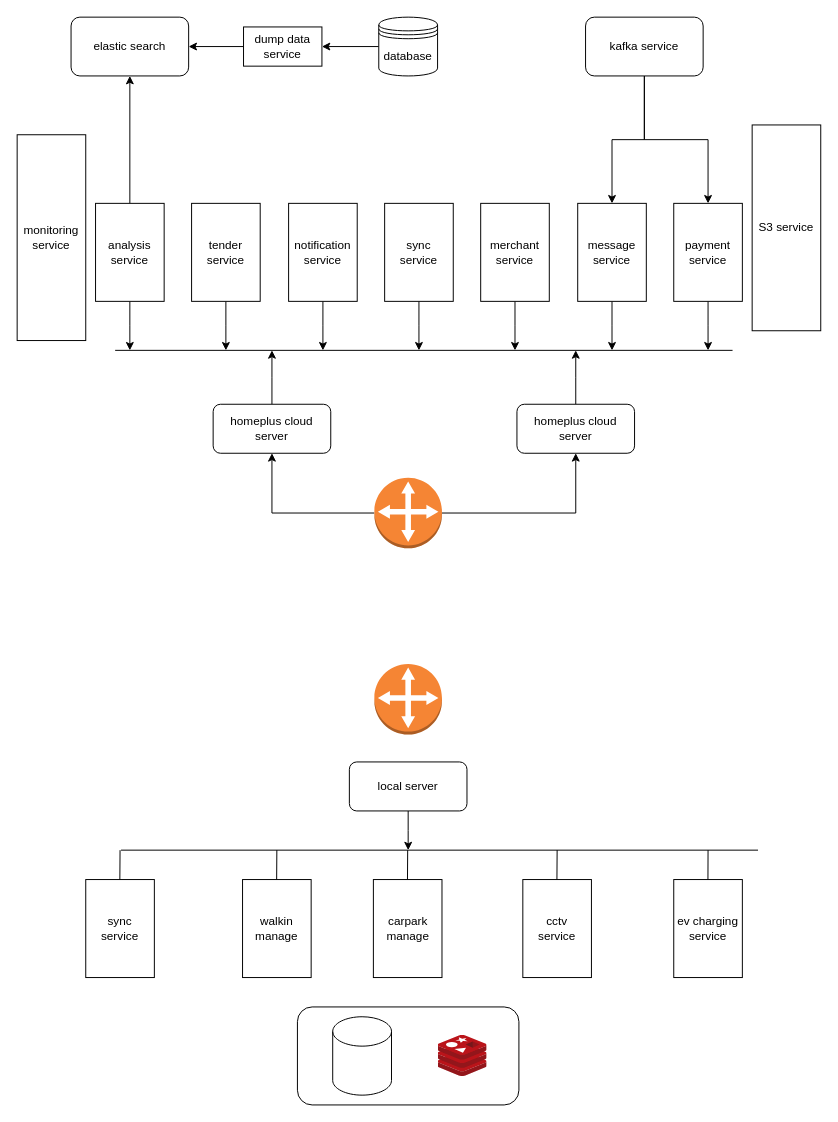
The draw.io diagram homeplus_component.drawio in frankyzf/drawio, before the edit. Source tidied: cells renumbered, new cells numbered last; positions are measured from the earlier drawing's top-left corner, leaving out a move shared by most shapes. Both pictures are drawn from the tidied source at 98%, with x=0, y=0 at pixel (17, 17).
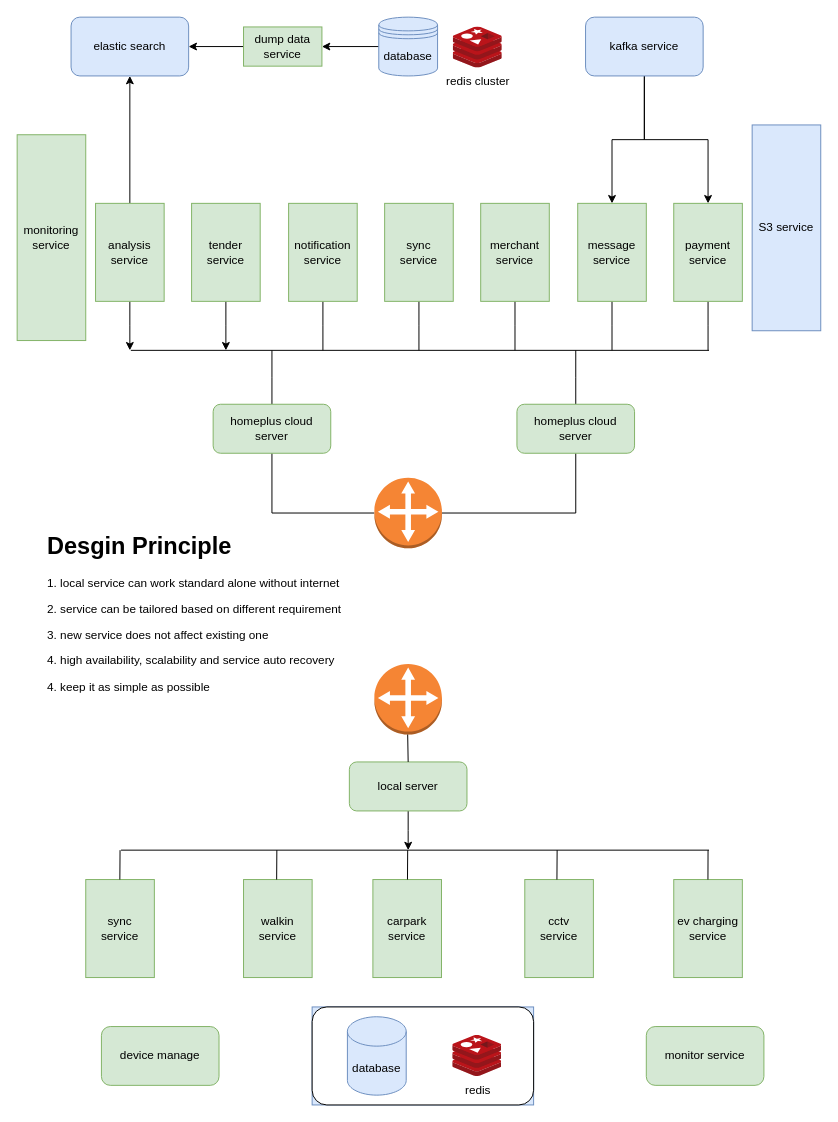
The same diagram, later.

Unchanged cells that the change refers to:
```xml
<mxCell id="4" style="outlineConnect=0;dashed=0;verticalLabelPosition=bottom;verticalAlign=top;align=center;html=1;shape=mxgraph.aws3.customer_gateway;fillColor=#F58534;gradientColor=none;" parent="1" vertex="1">
  <mxGeometry x="364.5" y="470" width="69" height="72" as="geometry" />
</mxCell>
```

Diff of the diagram source:
```diff
@@
-    <mxCell id="2" style="edgeStyle=orthogonalEdgeStyle;rounded=0;jettySize=auto;html=1;entryX=0.5;entryY=1;entryDx=0;entryDy=0;" parent="1" edge="1" source="4" target="8">
+    <mxCell id="2" style="edgeStyle=orthogonalEdgeStyle;rounded=0;jettySize=auto;html=1;entryX=0.5;entryY=1;entryDx=0;entryDy=0;endArrow=none;endFill=0;" parent="1" edge="1" source="4" target="8">
       <mxGeometry relative="1" as="geometry" />
     </mxCell>
-    <mxCell id="3" style="edgeStyle=orthogonalEdgeStyle;rounded=0;jettySize=auto;html=1;entryX=0.5;entryY=1;entryDx=0;entryDy=0;" parent="1" edge="1" source="4" target="10">
+    <mxCell id="3" style="edgeStyle=orthogonalEdgeStyle;rounded=0;jettySize=auto;html=1;entryX=0.5;entryY=1;entryDx=0;entryDy=0;endArrow=none;endFill=0;" parent="1" edge="1" source="4" target="10">
       <mxGeometry relative="1" as="geometry" />
     </mxCell>
@@
-    <mxCell id="6" value="database" style="shape=datastore;whiteSpace=wrap;html=1;" parent="1" vertex="1">
+    <mxCell id="6" value="database" style="shape=datastore;whiteSpace=wrap;html=1;fillColor=#dae8fc;strokeColor=#6c8ebf;" parent="1" vertex="1">
       <mxGeometry x="369" width="60" height="60" as="geometry" />
     </mxCell>
-    <mxCell id="7" style="edgeStyle=orthogonalEdgeStyle;rounded=0;jettySize=auto;html=1;" parent="1" edge="1" source="8">
+    <mxCell id="7" style="edgeStyle=orthogonalEdgeStyle;rounded=0;jettySize=auto;html=1;endArrow=none;endFill=0;" parent="1" edge="1" source="8">
       <mxGeometry relative="1" as="geometry">
         <mxPoint x="260" y="340" as="targetPoint" />
       </mxGeometry>
     </mxCell>
-    <mxCell id="8" value="homeplus cloud server" style="rounded=1;whiteSpace=wrap;html=1;" parent="1" vertex="1">
+    <mxCell id="8" value="homeplus cloud server" style="rounded=1;whiteSpace=wrap;html=1;fillColor=#d5e8d4;strokeColor=#82b366;" parent="1" vertex="1">
       <mxGeometry x="200" y="395" width="120" height="50" as="geometry" />
     </mxCell>
-    <mxCell id="9" style="edgeStyle=orthogonalEdgeStyle;rounded=0;jettySize=auto;html=1;" parent="1" edge="1" source="10">
+    <mxCell id="9" style="edgeStyle=orthogonalEdgeStyle;rounded=0;jettySize=auto;html=1;endArrow=none;endFill=0;" parent="1" edge="1" source="10">
       <mxGeometry relative="1" as="geometry">
         <mxPoint x="570" y="340" as="targetPoint" />
       </mxGeometry>
     </mxCell>
-    <mxCell id="10" value="homeplus cloud server" style="rounded=1;whiteSpace=wrap;html=1;" parent="1" vertex="1">
+    <mxCell id="10" value="homeplus cloud server" style="rounded=1;whiteSpace=wrap;html=1;fillColor=#d5e8d4;strokeColor=#82b366;" parent="1" vertex="1">
       <mxGeometry x="510" y="395" width="120" height="50" as="geometry" />
     </mxCell>
@@
-    <mxCell id="13" value="analysis&lt;br&gt;service" style="rounded=0;whiteSpace=wrap;html=1;" parent="1" vertex="1">
+    <mxCell id="13" value="analysis&lt;br&gt;service" style="rounded=0;whiteSpace=wrap;html=1;fillColor=#d5e8d4;strokeColor=#82b366;" parent="1" vertex="1">
       <mxGeometry x="80" y="190" width="70" height="100" as="geometry" />
     </mxCell>
@@
-    <mxCell id="15" value="tender&lt;br&gt;service" style="rounded=0;whiteSpace=wrap;html=1;" parent="1" vertex="1">
+    <mxCell id="15" value="tender&lt;br&gt;service" style="rounded=0;whiteSpace=wrap;html=1;fillColor=#d5e8d4;strokeColor=#82b366;" parent="1" vertex="1">
       <mxGeometry x="178" y="190" width="70" height="100" as="geometry" />
     </mxCell>
-    <mxCell id="16" style="edgeStyle=orthogonalEdgeStyle;rounded=0;jettySize=auto;html=1;" parent="1" edge="1" source="17">
+    <mxCell id="16" style="edgeStyle=orthogonalEdgeStyle;rounded=0;jettySize=auto;html=1;endArrow=none;endFill=0;" parent="1" edge="1" source="17">
       <mxGeometry relative="1" as="geometry">
         <mxPoint x="410" y="340" as="targetPoint" />
       </mxGeometry>
     </mxCell>
-    <mxCell id="17" value="sync &lt;br&gt;service" style="rounded=0;whiteSpace=wrap;html=1;" parent="1" vertex="1">
+    <mxCell id="17" value="sync &lt;br&gt;service" style="rounded=0;whiteSpace=wrap;html=1;fillColor=#d5e8d4;strokeColor=#82b366;" parent="1" vertex="1">
       <mxGeometry x="375" y="190" width="70" height="100" as="geometry" />
     </mxCell>
-    <mxCell id="18" style="edgeStyle=orthogonalEdgeStyle;rounded=0;jettySize=auto;html=1;exitX=0.5;exitY=1;exitDx=0;exitDy=0;" parent="1" edge="1" source="19">
+    <mxCell id="18" style="edgeStyle=orthogonalEdgeStyle;rounded=0;jettySize=auto;html=1;exitX=0.5;exitY=1;exitDx=0;exitDy=0;endArrow=none;endFill=0;" parent="1" edge="1" source="19">
       <mxGeometry relative="1" as="geometry">
         <mxPoint x="508" y="340" as="targetPoint" />
       </mxGeometry>
     </mxCell>
-    <mxCell id="19" value="merchant&lt;br&gt;service" style="rounded=0;whiteSpace=wrap;html=1;" parent="1" vertex="1">
+    <mxCell id="19" value="merchant&lt;br&gt;service" style="rounded=0;whiteSpace=wrap;html=1;fillColor=#d5e8d4;strokeColor=#82b366;" parent="1" vertex="1">
       <mxGeometry x="473" y="190" width="70" height="100" as="geometry" />
     </mxCell>
-    <mxCell id="20" style="edgeStyle=orthogonalEdgeStyle;rounded=0;jettySize=auto;html=1;exitX=0.5;exitY=1;exitDx=0;exitDy=0;" parent="1" edge="1" source="21">
+    <mxCell id="20" style="edgeStyle=orthogonalEdgeStyle;rounded=0;jettySize=auto;html=1;exitX=0.5;exitY=1;exitDx=0;exitDy=0;endArrow=none;endFill=0;" parent="1" edge="1" source="21">
       <mxGeometry relative="1" as="geometry">
         <mxPoint x="607" y="340" as="targetPoint" />
       </mxGeometry>
     </mxCell>
-    <mxCell id="21" value="message&lt;br&gt;service" style="rounded=0;whiteSpace=wrap;html=1;" parent="1" vertex="1">
+    <mxCell id="21" value="message&lt;br&gt;service" style="rounded=0;whiteSpace=wrap;html=1;fillColor=#d5e8d4;strokeColor=#82b366;" parent="1" vertex="1">
       <mxGeometry x="572" y="190" width="70" height="100" as="geometry" />
     </mxCell>
-    <mxCell id="22" style="edgeStyle=orthogonalEdgeStyle;rounded=0;jettySize=auto;html=1;exitX=0.5;exitY=1;exitDx=0;exitDy=0;" parent="1" edge="1" source="23">
+    <mxCell id="22" style="edgeStyle=orthogonalEdgeStyle;rounded=0;jettySize=auto;html=1;exitX=0.5;exitY=1;exitDx=0;exitDy=0;endArrow=none;endFill=0;" parent="1" edge="1" source="23">
       <mxGeometry relative="1" as="geometry">
         <mxPoint x="705" y="340" as="targetPoint" />
       </mxGeometry>
     </mxCell>
-    <mxCell id="23" value="payment&lt;br&gt;service" style="rounded=0;whiteSpace=wrap;html=1;" parent="1" vertex="1">
+    <mxCell id="23" value="payment&lt;br&gt;service" style="rounded=0;whiteSpace=wrap;html=1;fillColor=#d5e8d4;strokeColor=#82b366;" parent="1" vertex="1">
       <mxGeometry x="670" y="190" width="70" height="100" as="geometry" />
     </mxCell>
-    <mxCell id="24" value="elastic search" style="rounded=1;whiteSpace=wrap;html=1;" parent="1" vertex="1">
+    <mxCell id="24" value="elastic search" style="rounded=1;whiteSpace=wrap;html=1;fillColor=#dae8fc;strokeColor=#6c8ebf;" parent="1" vertex="1">
       <mxGeometry x="55" width="120" height="60" as="geometry" />
     </mxCell>
@@
-    <mxCell id="26" value="dump data service" style="rounded=0;whiteSpace=wrap;html=1;" parent="1" vertex="1">
+    <mxCell id="26" value="dump data service" style="rounded=0;whiteSpace=wrap;html=1;fillColor=#d5e8d4;strokeColor=#82b366;" parent="1" vertex="1">
       <mxGeometry x="231" y="10" width="80" height="40" as="geometry" />
     </mxCell>
@@
-    <mxCell id="29" value="kafka service" style="rounded=1;whiteSpace=wrap;html=1;" parent="1" vertex="1">
+    <mxCell id="29" value="kafka service" style="rounded=1;whiteSpace=wrap;html=1;fillColor=#dae8fc;strokeColor=#6c8ebf;" parent="1" vertex="1">
       <mxGeometry x="580" width="120" height="60" as="geometry" />
     </mxCell>
-    <mxCell id="30" value="monitoring service" style="rounded=0;whiteSpace=wrap;html=1;" parent="1" vertex="1">
+    <mxCell id="30" value="monitoring service" style="rounded=0;whiteSpace=wrap;html=1;fillColor=#d5e8d4;strokeColor=#82b366;" parent="1" vertex="1">
       <mxGeometry y="120" width="70" height="210" as="geometry" />
     </mxCell>
-    <mxCell id="31" value="S3 service" style="rounded=0;whiteSpace=wrap;html=1;" parent="1" vertex="1">
+    <mxCell id="31" value="S3 service" style="rounded=0;whiteSpace=wrap;html=1;fillColor=#dae8fc;strokeColor=#6c8ebf;" parent="1" vertex="1">
       <mxGeometry x="750" y="110" width="70" height="210" as="geometry" />
     </mxCell>
-    <mxCell id="32" style="edgeStyle=orthogonalEdgeStyle;rounded=0;jettySize=auto;html=1;" parent="1" edge="1" source="33">
+    <mxCell id="32" style="edgeStyle=orthogonalEdgeStyle;rounded=0;jettySize=auto;html=1;endArrow=none;endFill=0;" parent="1" edge="1" source="33">
       <mxGeometry relative="1" as="geometry">
         <mxPoint x="312" y="340" as="targetPoint" />
       </mxGeometry>
     </mxCell>
-    <mxCell id="33" value="notification&lt;br&gt;service" style="rounded=0;whiteSpace=wrap;html=1;" parent="1" vertex="1">
+    <mxCell id="33" value="notification&lt;br&gt;service" style="rounded=0;whiteSpace=wrap;html=1;fillColor=#d5e8d4;strokeColor=#82b366;" parent="1" vertex="1">
       <mxGeometry x="277" y="190" width="70" height="100" as="geometry" />
     </mxCell>
     <mxCell id="34" style="endArrow=none;html=1;rounded=0;" parent="1" edge="1">
       <mxGeometry relative="1" as="geometry">
-        <mxPoint x="100" y="340" as="sourcePoint" />
-        <mxPoint x="730" y="340" as="targetPoint" />
+        <mxPoint x="116" y="340" as="sourcePoint" />
+        <mxPoint x="706" y="340" as="targetPoint" />
       </mxGeometry>
     </mxCell>
@@
-    <mxCell id="37" value="local server" style="rounded=1;whiteSpace=wrap;html=1;" parent="1" vertex="1">
+    <mxCell id="37" value="local server" style="rounded=1;whiteSpace=wrap;html=1;fillColor=#d5e8d4;strokeColor=#82b366;" parent="1" vertex="1">
       <mxGeometry x="339" y="760" width="120" height="50" as="geometry" />
     </mxCell>
-    <mxCell id="38" value="sync &lt;br&gt;service" style="rounded=0;whiteSpace=wrap;html=1;" parent="1" vertex="1">
+    <mxCell id="38" value="sync &lt;br&gt;service" style="rounded=0;whiteSpace=wrap;html=1;fillColor=#d5e8d4;strokeColor=#82b366;" parent="1" vertex="1">
       <mxGeometry x="70" y="880" width="70" height="100" as="geometry" />
     </mxCell>
-    <mxCell id="39" value="walkin manage" style="rounded=0;whiteSpace=wrap;html=1;" parent="1" vertex="1">
-      <mxGeometry x="230" y="880" width="70" height="100" as="geometry" />
+    <mxCell id="39" value="walkin service" style="rounded=0;whiteSpace=wrap;html=1;fillColor=#d5e8d4;strokeColor=#82b366;" parent="1" vertex="1">
+      <mxGeometry x="231" y="880" width="70" height="100" as="geometry" />
     </mxCell>
-    <mxCell id="40" value="carpark manage" style="rounded=0;whiteSpace=wrap;html=1;" parent="1" vertex="1">
-      <mxGeometry x="363.5" y="880" width="70" height="100" as="geometry" />
+    <mxCell id="40" value="carpark service" style="rounded=0;whiteSpace=wrap;html=1;fillColor=#d5e8d4;strokeColor=#82b366;" parent="1" vertex="1">
+      <mxGeometry x="363" y="880" width="70" height="100" as="geometry" />
     </mxCell>
-    <mxCell id="41" value="cctv &lt;br&gt;service" style="rounded=0;whiteSpace=wrap;html=1;" parent="1" vertex="1">
-      <mxGeometry x="516" y="880" width="70" height="100" as="geometry" />
+    <mxCell id="41" value="cctv &lt;br&gt;service" style="rounded=0;whiteSpace=wrap;html=1;fillColor=#d5e8d4;strokeColor=#82b366;" parent="1" vertex="1">
+      <mxGeometry x="518" y="880" width="70" height="100" as="geometry" />
     </mxCell>
-    <mxCell id="42" value="ev charging&lt;br&gt;service" style="rounded=0;whiteSpace=wrap;html=1;" parent="1" vertex="1">
+    <mxCell id="42" value="ev charging&lt;br&gt;service" style="rounded=0;whiteSpace=wrap;html=1;fillColor=#d5e8d4;strokeColor=#82b366;" parent="1" vertex="1">
       <mxGeometry x="670" y="880" width="70" height="100" as="geometry" />
     </mxCell>
-    <mxCell id="43" style="group;" parent="1" vertex="1">
-      <mxGeometry x="286" y="1010" width="226" height="100" as="geometry" />
+    <mxCell id="43" style="group;fillColor=#dae8fc;strokeColor=#6c8ebf;" parent="1" vertex="1">
+      <mxGeometry x="301" y="1010" width="226" height="100" as="geometry" />
     </mxCell>
@@
-    <mxCell id="45" style="shape=cylinder3;whiteSpace=wrap;html=1;boundedLbl=1;backgroundOutline=1;size=15;" parent="43" vertex="1">
+    <mxCell id="45" value="database" style="shape=cylinder3;whiteSpace=wrap;html=1;boundedLbl=1;backgroundOutline=1;size=15;fillColor=#dae8fc;strokeColor=#6c8ebf;" parent="43" vertex="1">
       <mxGeometry x="36" y="10" width="60" height="80" as="geometry" />
     </mxCell>
-    <mxCell id="46" style="sketch=0;html=1;align=center;image;fontSize=12;image=img/lib/mscae/Cache_Redis_Product.svg;" parent="43" vertex="1">
+    <mxCell id="46" value="redis" style="sketch=0;html=1;align=center;image;fontSize=12;image=img/lib/mscae/Cache_Redis_Product.svg;" parent="43" vertex="1">
       <mxGeometry x="143.5" y="29" width="50" height="42" as="geometry" />
     </mxCell>
     <mxCell id="47" style="endArrow=none;html=1;rounded=0;" parent="1" edge="1">
       <mxGeometry relative="1" as="geometry">
         <mxPoint x="106" y="850" as="sourcePoint" />
-        <mxPoint x="756" y="850" as="targetPoint" />
+        <mxPoint x="706" y="850" as="targetPoint" />
       </mxGeometry>
     </mxCell>
@@
+    <mxCell id="53" style="endArrow=none;html=1;rounded=0;exitX=0.5;exitY=0;exitDx=0;exitDy=0;" parent="1" edge="1" source="37">
+      <mxGeometry relative="1" as="geometry">
+        <mxPoint x="398.5" y="732" as="targetPoint" />
+      </mxGeometry>
+    </mxCell>
+    <mxCell id="54" value="redis cluster" style="sketch=0;html=1;align=center;image;fontSize=12;image=img/lib/mscae/Cache_Redis_Product.svg;" parent="1" vertex="1">
+      <mxGeometry x="445" y="10" width="50" height="42" as="geometry" />
+    </mxCell>
+    <mxCell id="55" value="device manage" style="rounded=1;whiteSpace=wrap;html=1;fillColor=#d5e8d4;strokeColor=#82b366;" parent="1" vertex="1">
+      <mxGeometry x="86" y="1030" width="120" height="60" as="geometry" />
+    </mxCell>
+    <mxCell id="56" value="&lt;h1&gt;Desgin Principle&lt;/h1&gt;&lt;p&gt;1. local service can work standard alone without internet&lt;/p&gt;&lt;p&gt;2. service can be tailored based on different requirement&lt;/p&gt;&lt;p&gt;3. new service does not affect existing one&lt;/p&gt;&lt;p&gt;4. high availability, scalability and service auto recovery&lt;/p&gt;&lt;p&gt;4. keep it as simple as possible&lt;/p&gt;" style="text;html=1;strokeColor=none;fillColor=none;spacing=5;spacingTop=-20;whiteSpace=wrap;overflow=hidden;rounded=0;" parent="1" vertex="1">
+      <mxGeometry x="26" y="520" width="320" height="170" as="geometry" />
+    </mxCell>
+    <mxCell id="57" value="monitor service" style="rounded=1;whiteSpace=wrap;html=1;fillColor=#d5e8d4;strokeColor=#82b366;" parent="1" vertex="1">
+      <mxGeometry x="642" y="1030" width="120" height="60" as="geometry" />
+    </mxCell>
```
